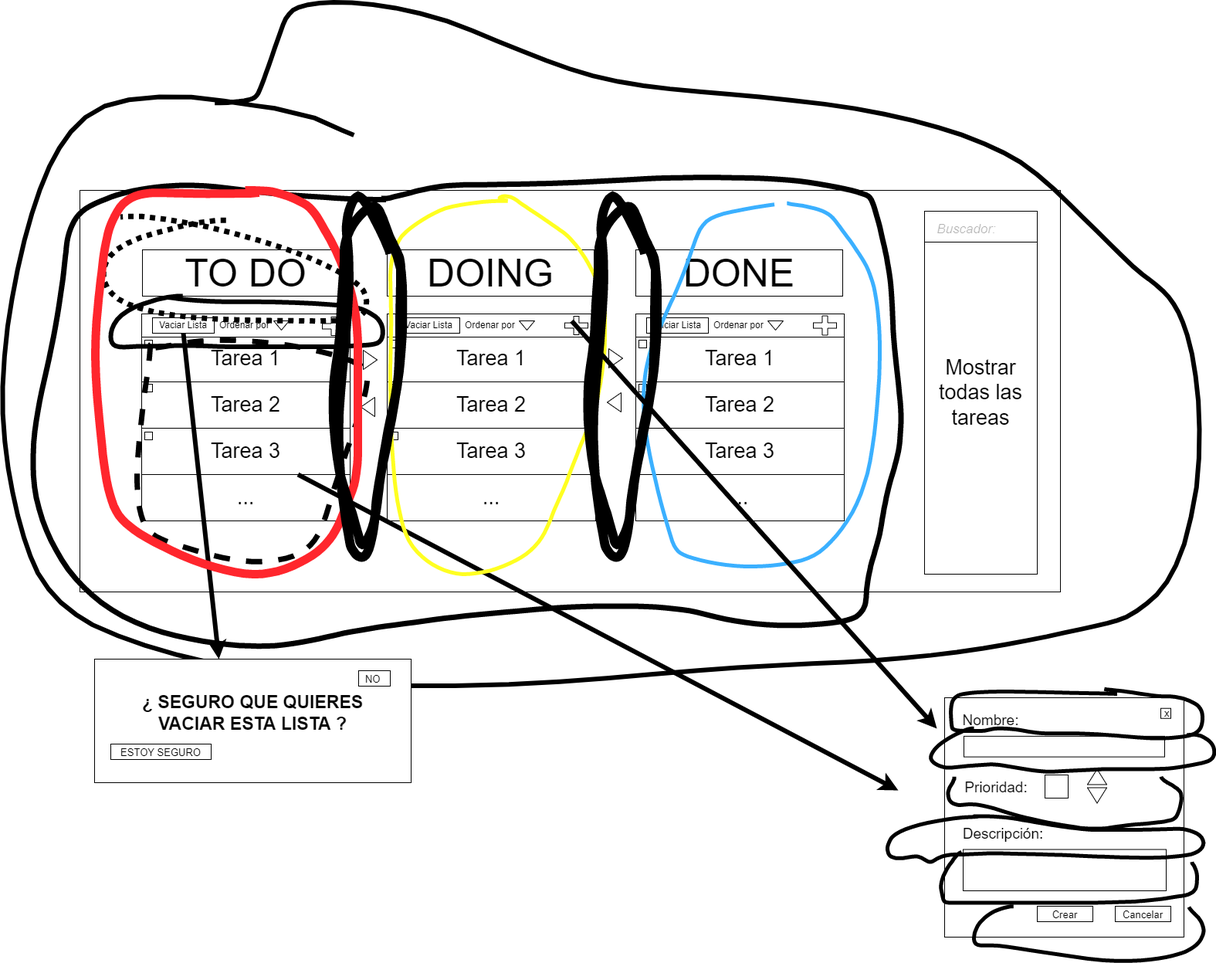
The draw.io diagram imgs/MaquetacionDistribucionBloques.png in OsmanMehmed/todo-list-web-nativo, before a commit. Source tidied: cells renumbered, new cells last; positions are measured from the earlier drawing's top-left corner, leaving out a move shared by most shapes.
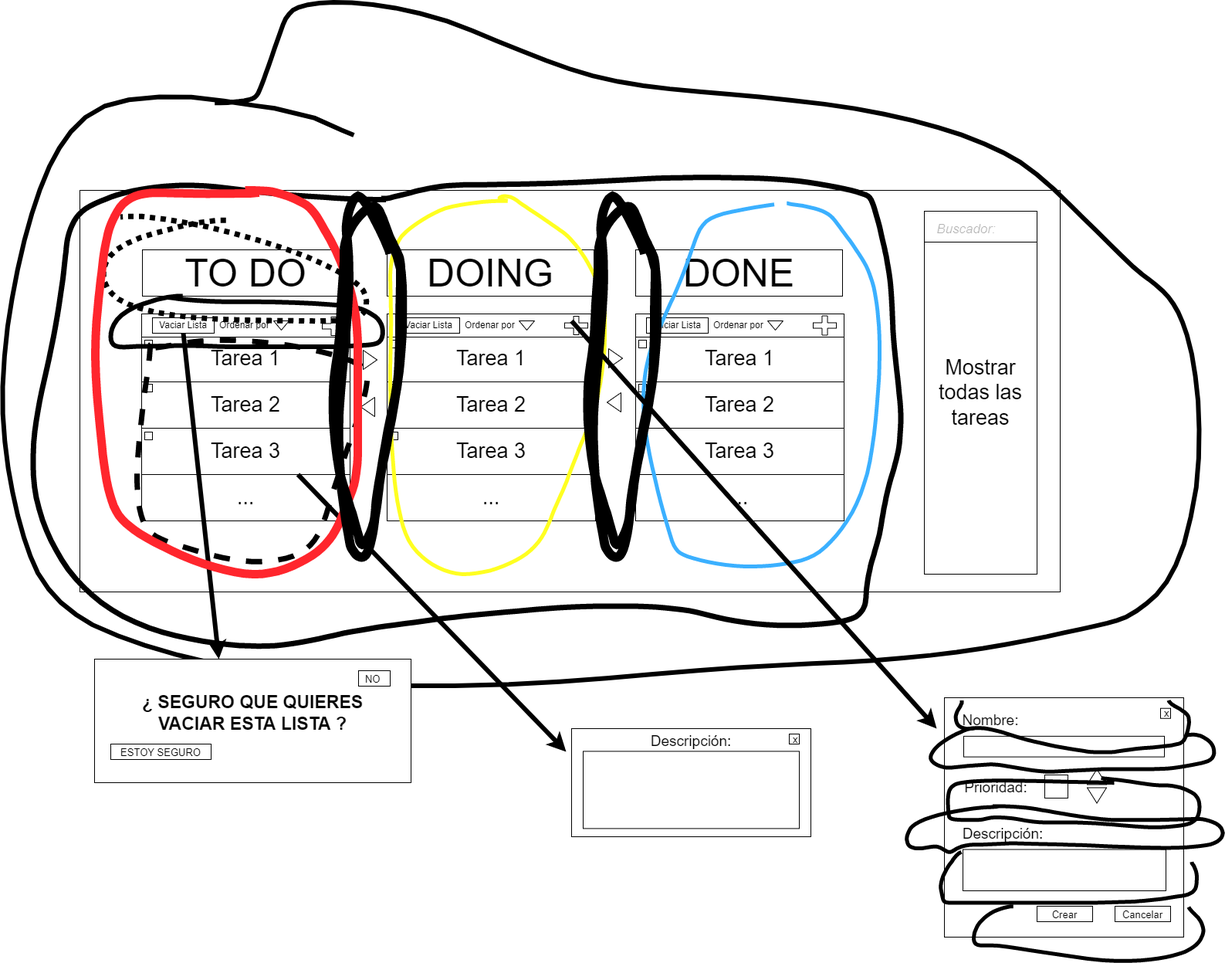
After the commit.

The edit, as a diff of the source:
```diff
@@ -121,7 +121,7 @@
     </mxCell>
     <mxCell id="41" style="endArrow=classic;html=1;rounded=0;fontSize=50;exitX=0.75;exitY=1;exitDx=0;exitDy=0;strokeWidth=6;" parent="1" edge="1" source="7">
       <mxGeometry relative="1" as="geometry">
-        <mxPoint x="1160" y="1020" as="targetPoint" />
+        <mxPoint x="730" y="970" as="targetPoint" />
       </mxGeometry>
     </mxCell>
     <mxCell id="42" style="triangle;whiteSpace=wrap;html=1;fontSize=27;" parent="1" vertex="1">
@@ -226,16 +226,16 @@
       <mxGeometry x="1407.5" y="1014" width="20" height="25" as="geometry" />
     </mxCell>
     <mxCell id="74" style="shape=(stored shape, 1520 characters);fillColor=none;strokeWidth=5;" parent="1" vertex="1">
-      <mxGeometry x="1228" y="888.6" width="326" height="64" as="geometry" />
+      <mxGeometry x="1224.4" y="1003.8" width="326" height="64" as="geometry" />
     </mxCell>
     <mxCell id="75" style="shape=(stored shape, 1280 characters);fillColor=none;strokeWidth=5;" parent="1" vertex="1">
       <mxGeometry x="1202.2" y="939.8" width="367.2" height="56" as="geometry" />
     </mxCell>
     <mxCell id="76" style="shape=(stored shape, 1324 characters);fillColor=none;strokeWidth=5;" parent="1" vertex="1">
-      <mxGeometry x="1224.4" y="1002.2" width="302.4" height="67.2" as="geometry" />
+      <mxGeometry x="1234.6" y="903.4" width="302.4" height="67.2" as="geometry" />
     </mxCell>
     <mxCell id="77" style="shape=(stored shape, 1704 characters);fillColor=none;strokeWidth=5;" parent="1" vertex="1">
-      <mxGeometry x="1146" y="1053.4" width="409.4" height="59.2" as="geometry" />
+      <mxGeometry x="1171.3" y="1040.6" width="409.4" height="59.2" as="geometry" />
     </mxCell>
     <mxCell id="78" style="shape=(stored shape, 1092 characters);fillColor=none;strokeWidth=5;" parent="1" vertex="1">
       <mxGeometry x="1215.2" y="1099.8" width="331.8" height="65.6" as="geometry" />
@@ -243,5 +243,17 @@
     <mxCell id="79" style="shape=(stored shape, 944 characters);fillColor=none;strokeWidth=5;" parent="1" vertex="1">
       <mxGeometry x="1258" y="1170.2" width="297.4" height="70.6" as="geometry" />
     </mxCell>
+    <mxCell id="80" style="rounded=0;whiteSpace=wrap;html=1;" parent="1" vertex="1">
+      <mxGeometry x="737" y="940" width="310" height="140" as="geometry" />
+    </mxCell>
+    <mxCell id="81" style="rounded=0;whiteSpace=wrap;html=1;" parent="1" vertex="1">
+      <mxGeometry x="752" y="969.4" width="280" height="100" as="geometry" />
+    </mxCell>
+    <mxCell id="82" value="&amp;nbsp;x" style="whiteSpace=wrap;html=1;fontSize=13;" parent="1" vertex="1">
+      <mxGeometry x="1019" y="947" width="13" height="13" as="geometry" />
+    </mxCell>
+    <mxCell id="83" value="&lt;font style=&quot;font-size: 19px&quot;&gt;Descripción:&lt;/font&gt;" style="text;html=1;strokeColor=none;fillColor=none;align=center;verticalAlign=middle;whiteSpace=wrap;rounded=0;fontSize=50;" parent="1" vertex="1">
+      <mxGeometry x="862" y="930" width="60" height="30" as="geometry" />
+    </mxCell>
   </root>
 </mxGraphModel>
```
